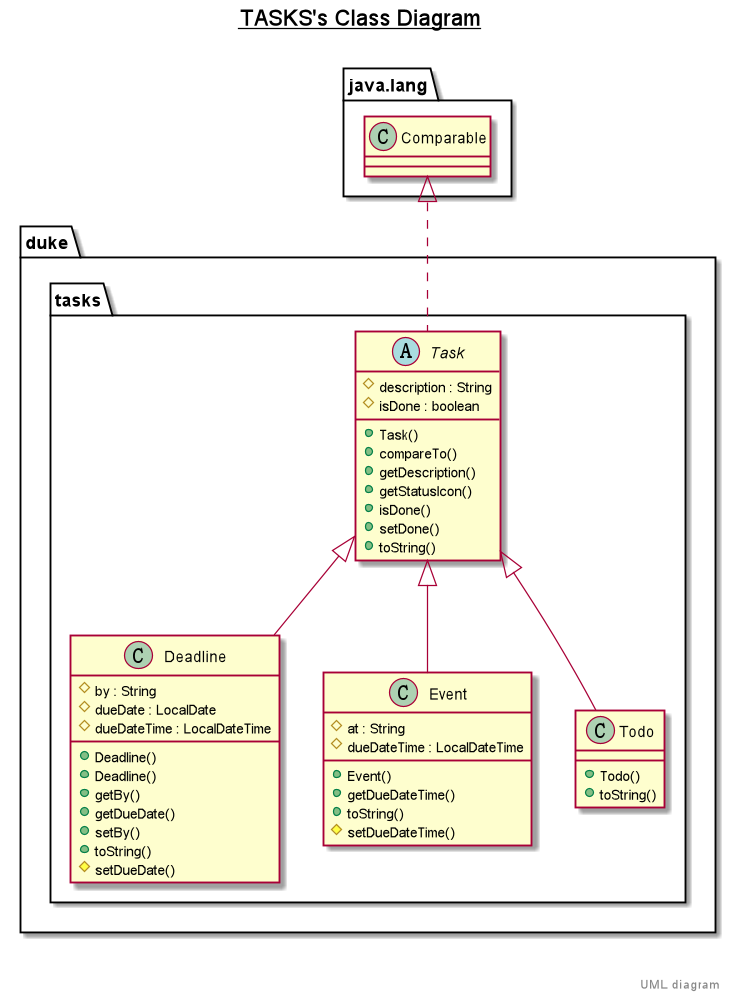
Earlier version of the PlantUML export docs/images/TaskClassDiagram.png (nus-tic4001-AY2021S1/ip).
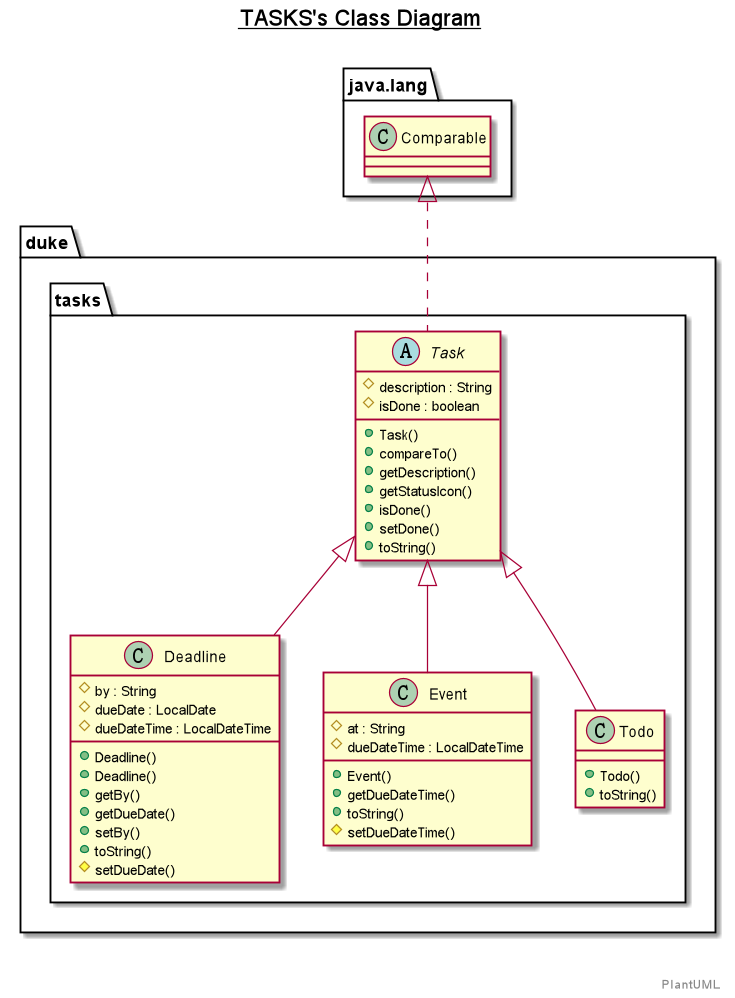
Above is the later version.

Diff of the diagram source:
```diff
@@ -70,7 +70,7 @@
 right footer
 
 
-UML diagram
+PlantUML
 endfooter
 
 @enduml
```
